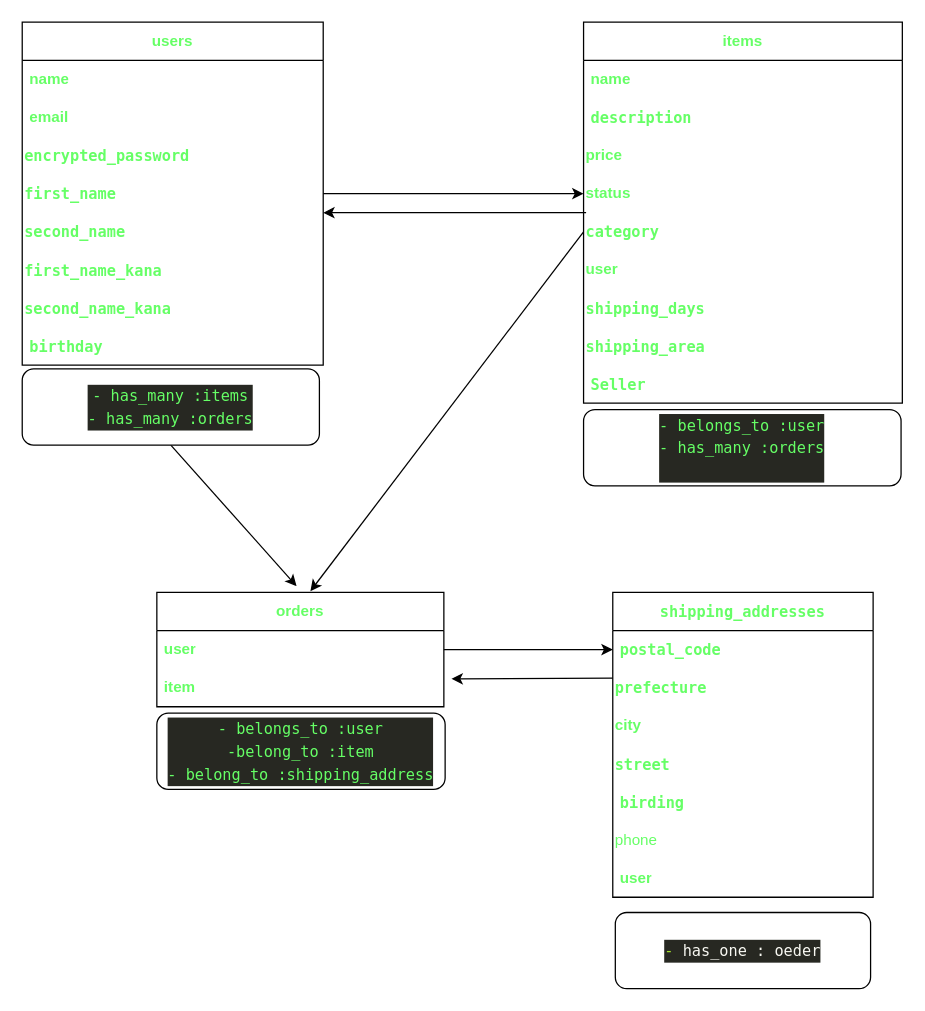
Before: page "ページ1" (1 of 2) of app/views/ER図.dio in SAUNAJUNKIE/furima-38922, a draw.io diagram. Source tidied: cells renumbered, new cells numbered last; positions are measured from the earlier drawing's top-left corner, leaving out a move shared by most shapes. Both pictures are drawn from the tidied source at 127%, with x=0, y=0 at pixel (22, 22).
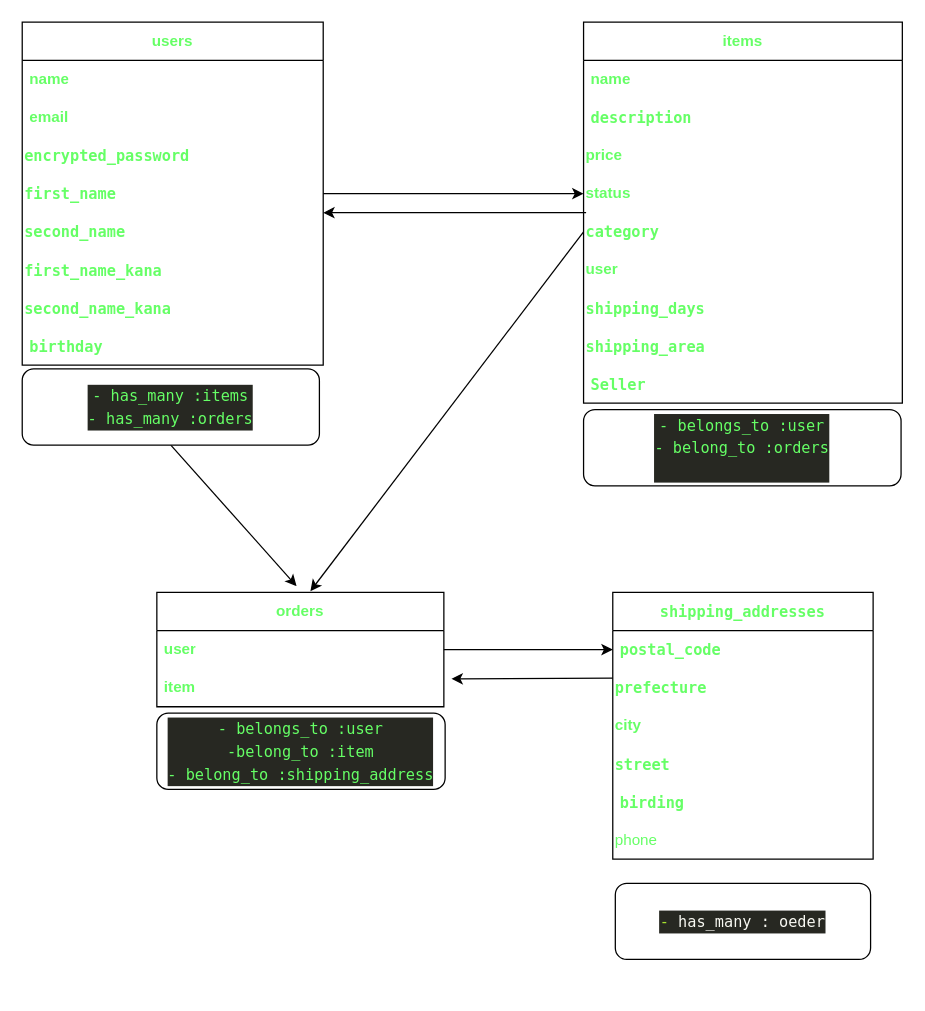
The same page after the edit.

Diff of the diagram source:
```diff
@@
     <mxCell id="25" value="&lt;div style=&quot;font-family: Menlo, Monaco, &amp;quot;Courier New&amp;quot;, monospace; line-height: 18px;&quot;&gt;&lt;span style=&quot;&quot;&gt;shipping_addresses&lt;/span&gt;&lt;/div&gt;" style="swimlane;fontStyle=1;horizontal=1;startSize=30;whiteSpace=wrap;html=1;labelBackgroundColor=none;fontColor=#66FF66;align=center;" parent="1" vertex="1">
-      <mxGeometry x="465" y="449" width="205" height="240" as="geometry" />
+      <mxGeometry x="465" y="449" width="205" height="210" as="geometry" />
     </mxCell>
@@
-    <mxCell id="32" value="user" style="text;strokeColor=none;fillColor=none;align=left;verticalAlign=middle;spacingLeft=4;spacingRight=4;overflow=hidden;whiteSpace=wrap;html=1;labelBackgroundColor=none;fontColor=#66FF66;fontStyle=1;" parent="25" vertex="1">
-      <mxGeometry y="210" width="205" height="30" as="geometry" />
-    </mxCell>
@@
-    <mxCell id="35" value="&lt;div style=&quot;background-color: rgb(39, 40, 34); font-family: Menlo, Monaco, &amp;quot;Courier New&amp;quot;, monospace; font-weight: normal; font-size: 12px; line-height: 18px;&quot;&gt;&lt;div&gt;&lt;span style=&quot;&quot;&gt;-&lt;/span&gt;&lt;span style=&quot;&quot;&gt; belongs_to :user&lt;/span&gt;&lt;/div&gt;&lt;div&gt;&lt;span style=&quot;&quot;&gt;-&lt;/span&gt;&lt;span style=&quot;&quot;&gt;&amp;nbsp;has_many :orders&lt;/span&gt;&lt;/div&gt;&lt;br&gt;&lt;/div&gt;" style="rounded=1;whiteSpace=wrap;html=1;labelBackgroundColor=none;fontColor=#66FF66;" parent="1" vertex="1">
+    <mxCell id="35" value="&lt;div style=&quot;background-color: rgb(39, 40, 34); font-family: Menlo, Monaco, &amp;quot;Courier New&amp;quot;, monospace; font-weight: normal; font-size: 12px; line-height: 18px;&quot;&gt;&lt;div&gt;&lt;span style=&quot;&quot;&gt;-&lt;/span&gt;&lt;span style=&quot;&quot;&gt; belongs_to :user&lt;/span&gt;&lt;/div&gt;&lt;div&gt;&lt;span style=&quot;&quot;&gt;-&lt;/span&gt;&lt;span style=&quot;&quot;&gt;&amp;nbsp;belong_to :orders&lt;/span&gt;&lt;/div&gt;&lt;br&gt;&lt;/div&gt;" style="rounded=1;whiteSpace=wrap;html=1;labelBackgroundColor=none;fontColor=#66FF66;" parent="1" vertex="1">
       <mxGeometry x="442" y="305" width="250" height="60" as="geometry" />
     </mxCell>
@@
-    <mxCell id="37" value="&lt;div style=&quot;color: rgb(248, 248, 242); background-color: rgb(39, 40, 34); font-family: Menlo, Monaco, &amp;quot;Courier New&amp;quot;, monospace; font-weight: normal; font-size: 12px; line-height: 18px;&quot;&gt;&lt;div&gt;&lt;span style=&quot;color: #a6e22e;&quot;&gt;-&lt;/span&gt;&lt;span style=&quot;color: #f8f8f2;&quot;&gt; has_one : oeder&lt;/span&gt;&lt;/div&gt;&lt;/div&gt;" style="rounded=1;whiteSpace=wrap;html=1;labelBackgroundColor=none;fontColor=#66FF66;" parent="1" vertex="1">
-      <mxGeometry x="467" y="701" width="201" height="60" as="geometry" />
+    <mxCell id="37" value="&lt;div style=&quot;color: rgb(248, 248, 242); background-color: rgb(39, 40, 34); font-family: Menlo, Monaco, &amp;quot;Courier New&amp;quot;, monospace; font-weight: normal; font-size: 12px; line-height: 18px;&quot;&gt;&lt;div&gt;&lt;span style=&quot;color: #a6e22e;&quot;&gt;-&lt;/span&gt;&lt;span style=&quot;color: #f8f8f2;&quot;&gt; has_many : oeder&lt;/span&gt;&lt;/div&gt;&lt;/div&gt;" style="rounded=1;whiteSpace=wrap;html=1;labelBackgroundColor=none;fontColor=#66FF66;" parent="1" vertex="1">
+      <mxGeometry x="467" y="678" width="201" height="60" as="geometry" />
     </mxCell>
```
